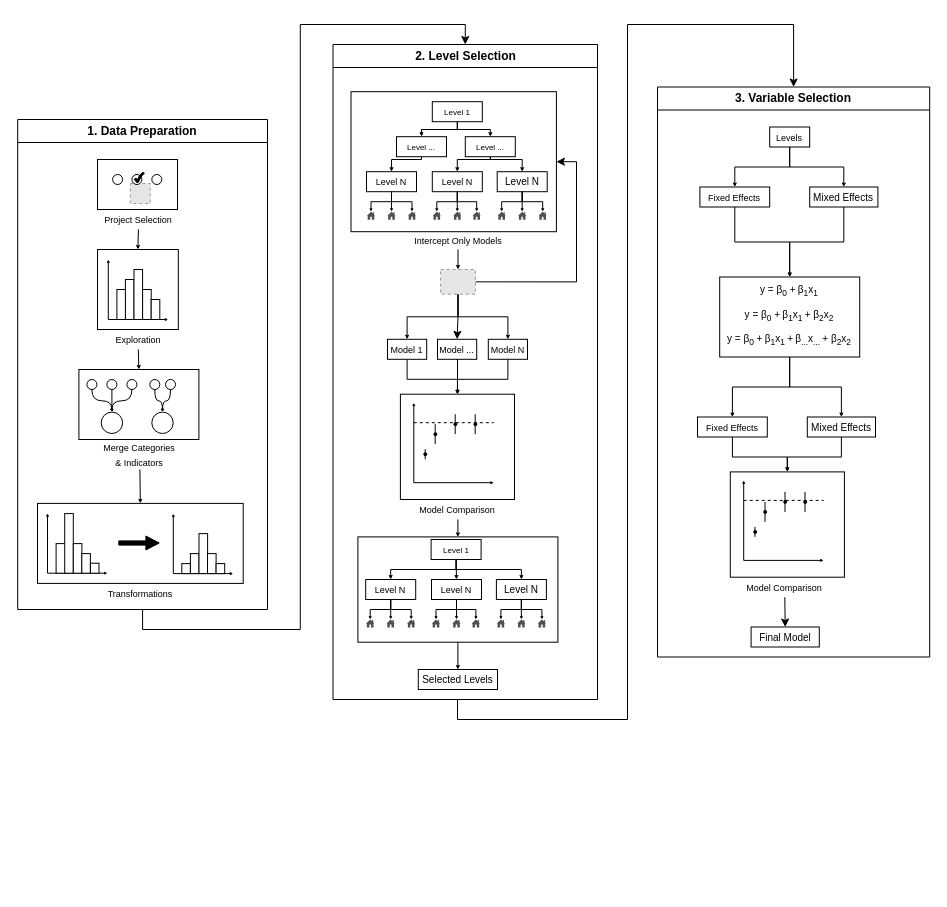
Before: diagrams/analysis-diagram.drawio in l-gorman/chapter-6-analysis, a draw.io diagram. Source tidied: cells renumbered, new cells numbered last; positions are measured from the earlier drawing's top-left corner, leaving out a move shared by most shapes. Both pictures are drawn from the tidied source at 100%, with x=0, y=0 at pixel (17, 24). Pictures stored in the file or linked from it are replaced by grey dashed boxes.
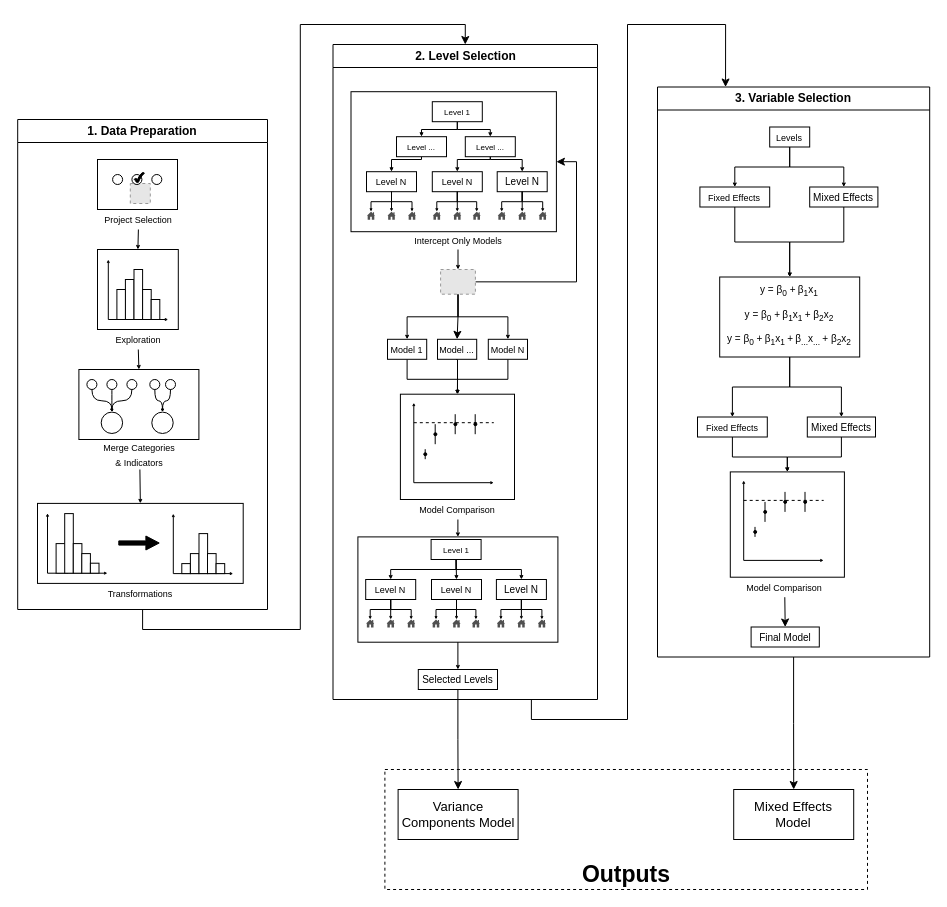
The same diagram, later.

The change refers to these unchanged cells:
```xml
<mxCell id="151" value="2. Level Selection" style="swimlane;whiteSpace=wrap;html=1;" parent="1" vertex="1">
  <mxGeometry x="315.5" y="20" width="264.5" height="655" as="geometry" />
</mxCell>
<mxCell id="152" value="&lt;font size=&quot;1&quot;&gt;Selected Levels&lt;/font&gt;" style="rounded=0;whiteSpace=wrap;html=1;" parent="151" vertex="1">
  <mxGeometry x="85.3" y="625" width="79.2" height="20" as="geometry" />
</mxCell>
<mxCell id="155" value="3. Variable Selection" style="swimlane;whiteSpace=wrap;html=1;" parent="1" vertex="1">
  <mxGeometry x="640" y="62.5" width="272.2" height="570" as="geometry" />
</mxCell>
```

What changed in the source:
```diff
@@
+    <mxCell id="175" style="rounded=0;whiteSpace=wrap;html=1;dashed=1;" parent="1" vertex="1">
+      <mxGeometry x="367.4" y="745" width="482.6" height="120" as="geometry" />
+    </mxCell>
@@
-    <mxCell id="150" style="edgeStyle=orthogonalEdgeStyle;rounded=0;jettySize=auto;html=1;exitX=0.5;exitY=1;exitDx=0;exitDy=0;entryX=0.5;entryY=0;entryDx=0;entryDy=0;" parent="1" edge="1" source="151" target="155">
-      <mxGeometry relative="1" as="geometry">
-        <Array as="points">
-          <mxPoint x="440" y="675" />
-          <mxPoint x="440" y="695" />
-          <mxPoint x="610" y="695" />
-          <mxPoint x="610" />
-          <mxPoint x="776" />
-        </Array>
-      </mxGeometry>
+    <mxCell id="150" style="edgeStyle=orthogonalEdgeStyle;rounded=0;jettySize=auto;html=1;exitX=0.75;exitY=1;exitDx=0;exitDy=0;entryX=0.25;entryY=0;entryDx=0;entryDy=0;" parent="1" edge="1" source="151" target="155">
+      <mxGeometry relative="1" as="geometry" />
     </mxCell>
@@
+    <mxCell id="176" style="edgeStyle=orthogonalEdgeStyle;rounded=0;jettySize=auto;html=1;exitX=0.5;exitY=1;exitDx=0;exitDy=0;entryX=0.5;entryY=0;entryDx=0;entryDy=0;" parent="1" edge="1" source="155" target="179">
+      <mxGeometry relative="1" as="geometry" />
+    </mxCell>
@@
+    <mxCell id="177" value="&lt;font style=&quot;font-size: 13px;&quot;&gt;Variance Components Model&lt;/font&gt;" style="rounded=0;whiteSpace=wrap;html=1;" parent="1" vertex="1">
+      <mxGeometry x="380.6" y="765" width="120" height="50" as="geometry" />
+    </mxCell>
+    <mxCell id="178" style="edgeStyle=orthogonalEdgeStyle;rounded=0;jettySize=auto;html=1;exitX=0.5;exitY=1;exitDx=0;exitDy=0;" parent="1" edge="1" source="152" target="177">
+      <mxGeometry relative="1" as="geometry" />
+    </mxCell>
+    <mxCell id="179" value="&lt;font style=&quot;font-size: 13px;&quot;&gt;Mixed Effects &lt;br&gt;Model&lt;/font&gt;" style="rounded=0;whiteSpace=wrap;html=1;" parent="1" vertex="1">
+      <mxGeometry x="716.2" y="765" width="120" height="50" as="geometry" />
+    </mxCell>
+    <mxCell id="180" value="&lt;font size=&quot;1&quot; style=&quot;&quot;&gt;&lt;b style=&quot;font-size: 23px;&quot;&gt;Outputs&lt;/b&gt;&lt;/font&gt;" style="text;html=1;strokeColor=none;fillColor=none;align=center;verticalAlign=middle;whiteSpace=wrap;rounded=0;" parent="1" vertex="1">
+      <mxGeometry x="543.7" y="835" width="130" height="30" as="geometry" />
+    </mxCell>
```
